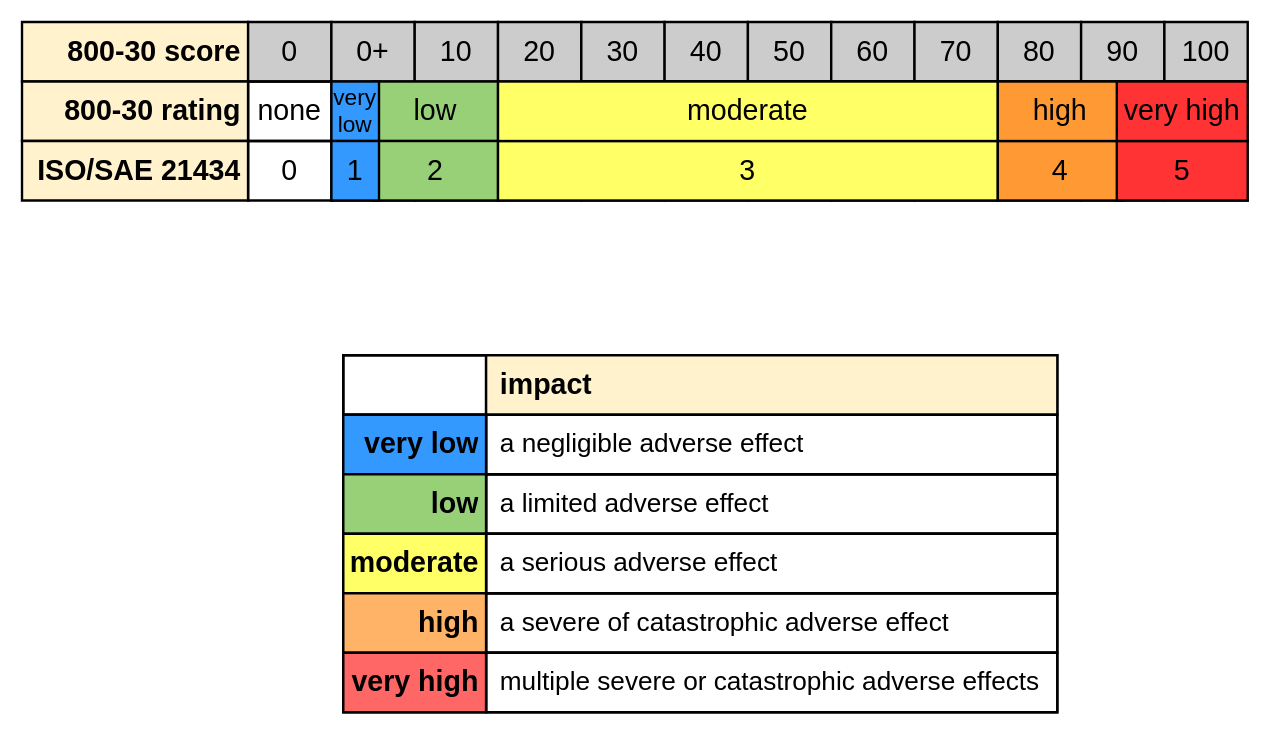
This is page "800-30" (1 of 5) of source/reference_documents/tertiary_documents/foundation/threat prioritization/candidate risking/images/source/impact quantization.drawio from AVCDL/AVCDL, a draw.io file, before an edit. Source tidied: cells renumbered, new cells numbered last; positions are measured from the earlier drawing's top-left corner, leaving out a move shared by most shapes. Both pictures are drawn from the tidied source at 119%, with x=0, y=0 at pixel (21, 21).
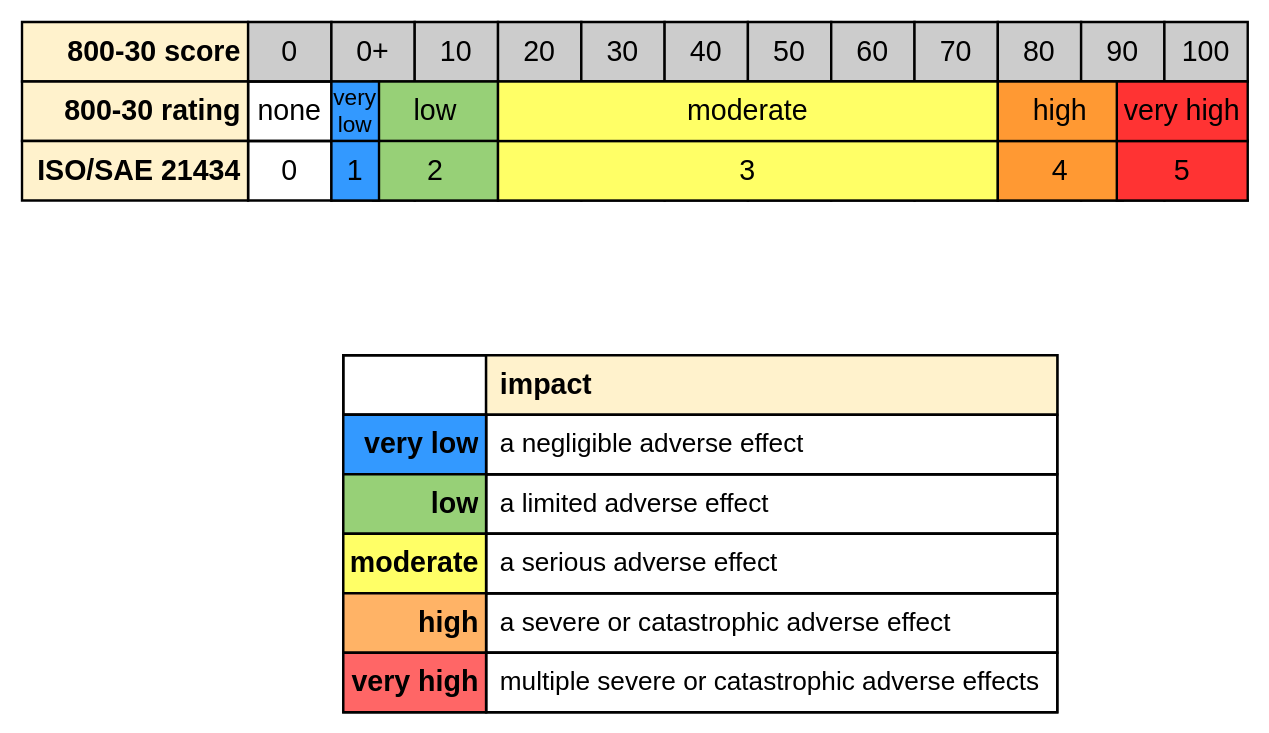
Above is the later version.

Unchanged cells that the change refers to:
```xml
<mxCell id="68" style="shape=partialRectangle;html=1;whiteSpace=wrap;fillColor=none;top=0;left=0;bottom=0;right=0;" parent="55" vertex="1">
  <mxGeometry y="200" width="600" height="50" as="geometry" />
</mxCell>
```

What changed in the source:
```diff
@@
-    <mxCell id="70" value="a severe of catastrophic adverse effect" style="shape=partialRectangle;html=1;whiteSpace=wrap;overflow=hidden;fillColor=none;top=1;left=1;bottom=1;right=1;fontSize=22;strokeWidth=2;perimeterSpacing=2;strokeColor=inherit;align=left;spacingLeft=10;" parent="68" vertex="1">
+    <mxCell id="70" value="a severe or catastrophic adverse effect" style="shape=partialRectangle;html=1;whiteSpace=wrap;overflow=hidden;fillColor=none;top=1;left=1;bottom=1;right=1;fontSize=22;strokeWidth=2;perimeterSpacing=2;strokeColor=inherit;align=left;spacingLeft=10;" parent="68" vertex="1">
       <mxGeometry x="120" width="480" height="50" as="geometry" />
     </mxCell>
```
